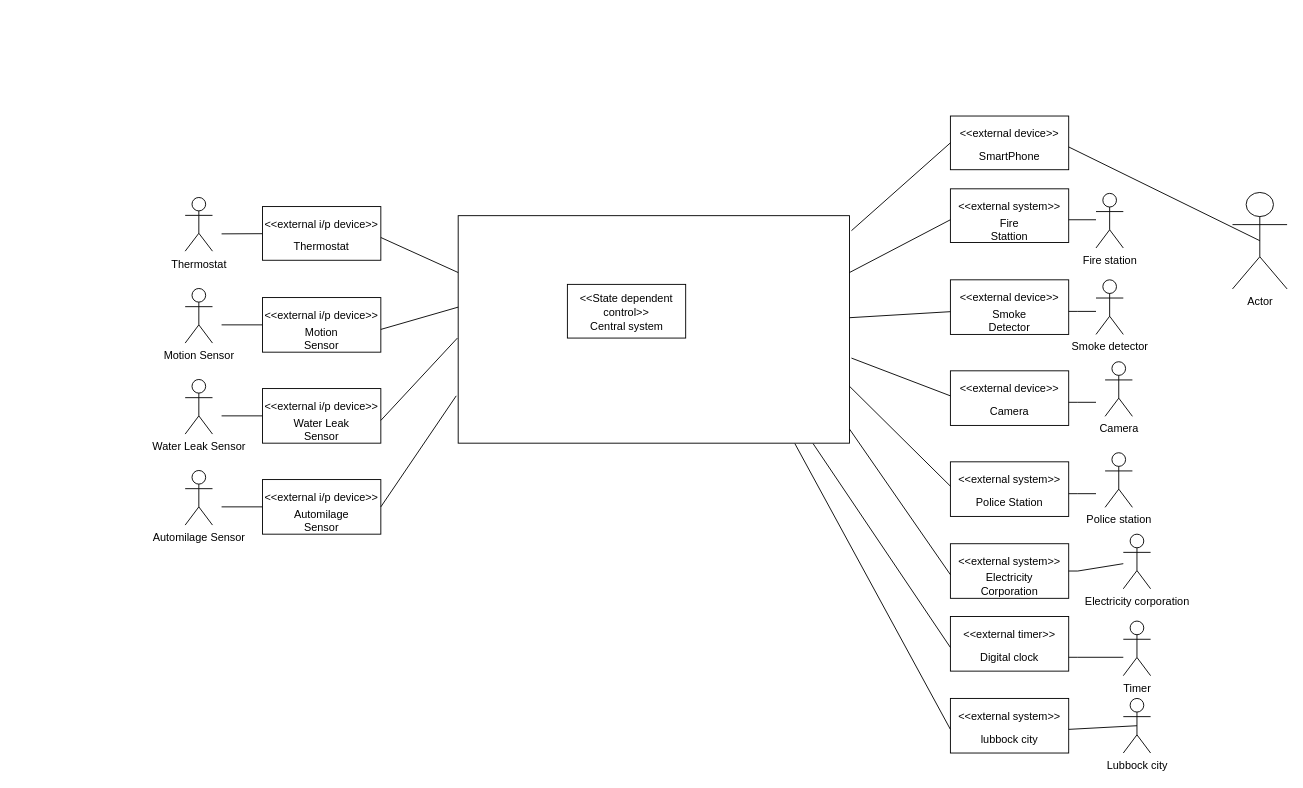
emmanuel-george/TestProject keeps this draw.io diagram as Untitled Diagram.drawio. Above is the earlier version. Source tidied: cells renumbered, new cells numbered last; positions are measured from the earlier drawing's top-left corner, leaving out a move shared by most shapes. Both pictures are drawn from the tidied source at 91%, with x=0, y=0 at pixel (185, 116).
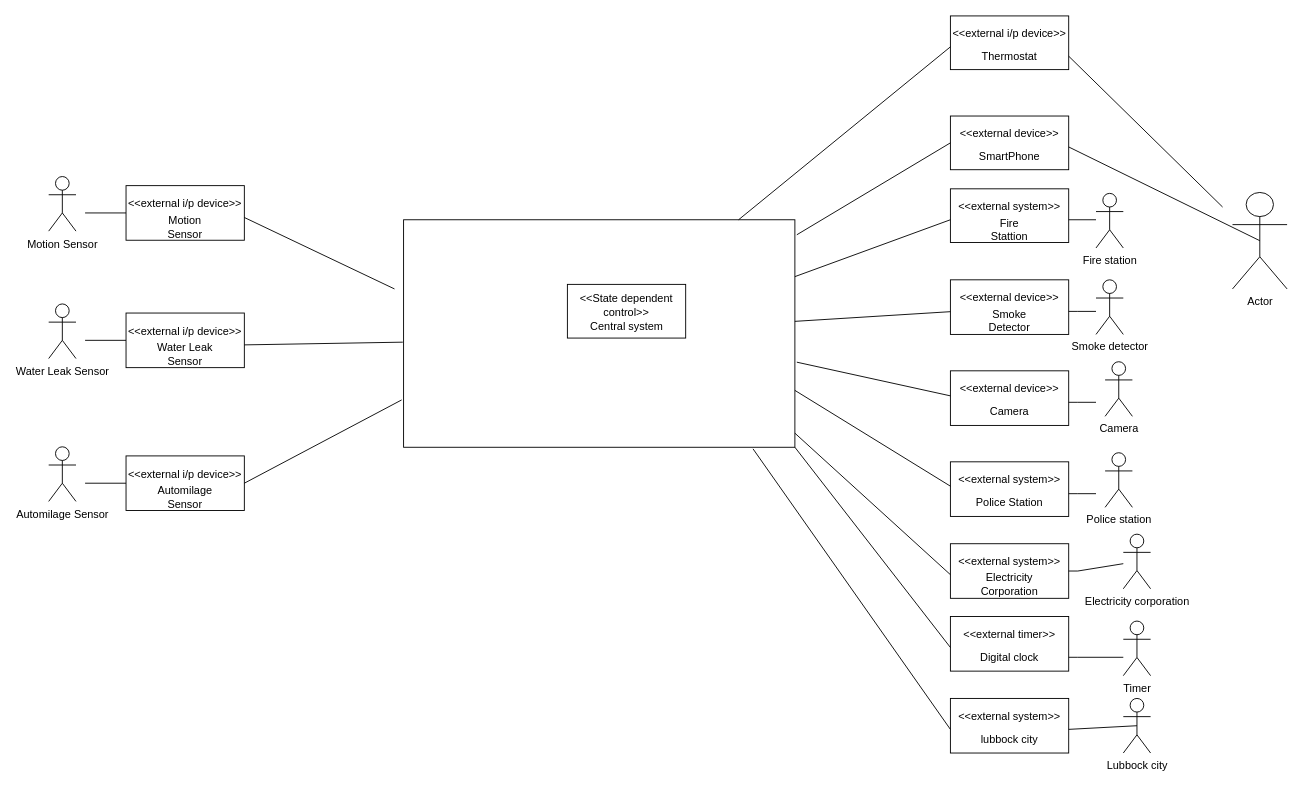
The same page after the edit.

The change refers to these unchanged cells:
```xml
<mxCell id="40" value="&amp;lt;&amp;lt;external timer&amp;gt;&amp;gt;" style="text;html=1;strokeColor=none;fillColor=none;align=center;verticalAlign=middle;whiteSpace=wrap;rounded=0;" parent="1" vertex="1">
  <mxGeometry x="840.9" y="555" width="130" height="29" as="geometry" />
</mxCell>
<mxCell id="43" value="&amp;lt;&amp;lt;external system&amp;gt;&amp;gt;" style="text;html=1;strokeColor=none;fillColor=none;align=center;verticalAlign=middle;whiteSpace=wrap;rounded=0;" parent="1" vertex="1">
  <mxGeometry x="840.9" y="645" width="130" height="29" as="geometry" />
</mxCell>
```

The edit, as a diff of the source:
```diff
@@
-    <mxCell id="2" value="Thermostat&lt;br&gt;" style="shape=umlActor;verticalLabelPosition=bottom;verticalAlign=top;html=1;" parent="1" vertex="1">
-      <mxGeometry y="89.5" width="30" height="59" as="geometry" />
-    </mxCell>
-    <mxCell id="3" style="endArrow=none;html=1;rounded=0;" parent="1" edge="1" target="4">
-      <mxGeometry relative="1" as="geometry">
-        <mxPoint x="40" y="129.5" as="sourcePoint" />
-      </mxGeometry>
-    </mxCell>
-    <mxCell id="4" style="rounded=0;whiteSpace=wrap;html=1;" parent="1" vertex="1">
-      <mxGeometry x="85" y="99.5" width="130" height="59" as="geometry" />
-    </mxCell>
-    <mxCell id="5" value="&amp;lt;&amp;lt;external i/p device&amp;gt;&amp;gt;" style="text;html=1;strokeColor=none;fillColor=none;align=center;verticalAlign=middle;whiteSpace=wrap;rounded=0;" parent="1" vertex="1">
-      <mxGeometry x="85" y="104.5" width="130" height="29" as="geometry" />
-    </mxCell>
-    <mxCell id="6" value="Thermostat" style="text;html=1;strokeColor=none;fillColor=none;align=center;verticalAlign=middle;whiteSpace=wrap;rounded=0;" parent="1" vertex="1">
-      <mxGeometry x="120" y="129.5" width="60" height="29" as="geometry" />
-    </mxCell>
     <mxCell id="7" value="Motion Sensor" style="shape=umlActor;verticalLabelPosition=bottom;verticalAlign=top;html=1;" parent="1" vertex="1">
-      <mxGeometry y="189.5" width="30" height="60" as="geometry" />
+      <mxGeometry x="-150" y="66.5" width="30" height="60" as="geometry" />
     </mxCell>
     <mxCell id="8" style="endArrow=none;html=1;rounded=0;" parent="1" edge="1" target="9">
       <mxGeometry relative="1" as="geometry">
-        <mxPoint x="40" y="229.5" as="sourcePoint" />
+        <mxPoint x="-110" y="106.5" as="sourcePoint" />
       </mxGeometry>
     </mxCell>
     <mxCell id="9" style="rounded=0;whiteSpace=wrap;html=1;" parent="1" vertex="1">
-      <mxGeometry x="85" y="199.5" width="130" height="60" as="geometry" />
+      <mxGeometry x="-65" y="76.5" width="130" height="60" as="geometry" />
     </mxCell>
     <mxCell id="10" value="&amp;lt;&amp;lt;external i/p device&amp;gt;&amp;gt;" style="text;html=1;strokeColor=none;fillColor=none;align=center;verticalAlign=middle;whiteSpace=wrap;rounded=0;" parent="1" vertex="1">
-      <mxGeometry x="85" y="204.5" width="130" height="30" as="geometry" />
+      <mxGeometry x="-65" y="81.5" width="130" height="30" as="geometry" />
     </mxCell>
     <mxCell id="11" value="Motion Sensor" style="text;html=1;strokeColor=none;fillColor=none;align=center;verticalAlign=middle;whiteSpace=wrap;rounded=0;" parent="1" vertex="1">
-      <mxGeometry x="120" y="229.5" width="60" height="30" as="geometry" />
+      <mxGeometry x="-30" y="106.5" width="60" height="30" as="geometry" />
     </mxCell>
     <mxCell id="12" value="Water Leak Sensor" style="shape=umlActor;verticalLabelPosition=bottom;verticalAlign=top;html=1;" parent="1" vertex="1">
-      <mxGeometry y="289.5" width="30" height="60" as="geometry" />
+      <mxGeometry x="-150" y="206.5" width="30" height="60" as="geometry" />
     </mxCell>
     <mxCell id="13" style="endArrow=none;html=1;rounded=0;" parent="1" edge="1" target="14">
       <mxGeometry relative="1" as="geometry">
-        <mxPoint x="40" y="329.5" as="sourcePoint" />
+        <mxPoint x="-110" y="246.5" as="sourcePoint" />
       </mxGeometry>
     </mxCell>
     <mxCell id="14" style="rounded=0;whiteSpace=wrap;html=1;" parent="1" vertex="1">
-      <mxGeometry x="85" y="299.5" width="130" height="60" as="geometry" />
+      <mxGeometry x="-65" y="216.5" width="130" height="60" as="geometry" />
     </mxCell>
     <mxCell id="15" value="&amp;lt;&amp;lt;external i/p device&amp;gt;&amp;gt;" style="text;html=1;strokeColor=none;fillColor=none;align=center;verticalAlign=middle;whiteSpace=wrap;rounded=0;" parent="1" vertex="1">
-      <mxGeometry x="85" y="304.5" width="130" height="30" as="geometry" />
+      <mxGeometry x="-65" y="221.5" width="130" height="30" as="geometry" />
     </mxCell>
     <mxCell id="16" value="Water Leak Sensor" style="text;html=1;strokeColor=none;fillColor=none;align=center;verticalAlign=middle;whiteSpace=wrap;rounded=0;" parent="1" vertex="1">
-      <mxGeometry x="110" y="329.5" width="80" height="30" as="geometry" />
+      <mxGeometry x="-40" y="246.5" width="80" height="30" as="geometry" />
     </mxCell>
     <mxCell id="17" value="Automilage Sensor" style="shape=umlActor;verticalLabelPosition=bottom;verticalAlign=top;html=1;" parent="1" vertex="1">
-      <mxGeometry y="389.5" width="30" height="60" as="geometry" />
+      <mxGeometry x="-150" y="363.5" width="30" height="60" as="geometry" />
     </mxCell>
     <mxCell id="18" style="endArrow=none;html=1;rounded=0;" parent="1" edge="1" target="19">
       <mxGeometry relative="1" as="geometry">
-        <mxPoint x="40" y="429.5" as="sourcePoint" />
+        <mxPoint x="-110" y="403.5" as="sourcePoint" />
       </mxGeometry>
     </mxCell>
     <mxCell id="19" style="rounded=0;whiteSpace=wrap;html=1;" parent="1" vertex="1">
-      <mxGeometry x="85" y="399.5" width="130" height="60" as="geometry" />
+      <mxGeometry x="-65" y="373.5" width="130" height="60" as="geometry" />
     </mxCell>
     <mxCell id="20" value="&amp;lt;&amp;lt;external i/p device&amp;gt;&amp;gt;" style="text;html=1;strokeColor=none;fillColor=none;align=center;verticalAlign=middle;whiteSpace=wrap;rounded=0;" parent="1" vertex="1">
-      <mxGeometry x="85" y="404.5" width="130" height="30" as="geometry" />
+      <mxGeometry x="-65" y="378.5" width="130" height="30" as="geometry" />
     </mxCell>
     <mxCell id="21" value="Automilage Sensor" style="text;html=1;strokeColor=none;fillColor=none;align=center;verticalAlign=middle;whiteSpace=wrap;rounded=0;" parent="1" vertex="1">
-      <mxGeometry x="110" y="429.5" width="80" height="30" as="geometry" />
+      <mxGeometry x="-40" y="403.5" width="80" height="30" as="geometry" />
     </mxCell>
     <mxCell id="22" style="rounded=0;whiteSpace=wrap;html=1;" parent="1" vertex="1">
-      <mxGeometry x="300" y="109.5" width="430" height="250" as="geometry" />
+      <mxGeometry x="240" y="114" width="430" height="250" as="geometry" />
     </mxCell>
@@
-    <mxCell id="65" style="endArrow=none;html=1;rounded=0;entryX=0;entryY=1;entryDx=0;entryDy=0;" parent="1" edge="1" target="40">
-      <mxGeometry relative="1" as="geometry">
-        <mxPoint x="690" y="360" as="sourcePoint" />
-      </mxGeometry>
+    <mxCell id="65" style="endArrow=none;html=1;rounded=0;entryX=0;entryY=1;entryDx=0;entryDy=0;exitX=1;exitY=1;exitDx=0;exitDy=0;" parent="1" edge="1" source="22" target="40">
+      <mxGeometry relative="1" as="geometry" />
     </mxCell>
-    <mxCell id="66" style="endArrow=none;html=1;rounded=0;entryX=0;entryY=1;entryDx=0;entryDy=0;" parent="1" edge="1" target="43">
-      <mxGeometry relative="1" as="geometry">
-        <mxPoint x="670" y="360" as="sourcePoint" />
-      </mxGeometry>
+    <mxCell id="66" style="endArrow=none;html=1;rounded=0;entryX=0;entryY=1;entryDx=0;entryDy=0;exitX=0.893;exitY=1.007;exitDx=0;exitDy=0;exitPerimeter=0;" parent="1" edge="1" source="22" target="43">
+      <mxGeometry relative="1" as="geometry" />
     </mxCell>
-    <mxCell id="67" style="endArrow=none;html=1;rounded=0;exitX=1;exitY=1;exitDx=0;exitDy=0;entryX=0;entryY=0.25;entryDx=0;entryDy=0;" parent="1" edge="1" source="5" target="22">
-      <mxGeometry relative="1" as="geometry" />
-    </mxCell>
     <mxCell id="68" style="endArrow=none;html=1;rounded=0;exitX=1;exitY=1;exitDx=0;exitDy=0;" parent="1" edge="1" source="10">
       <mxGeometry relative="1" as="geometry">
-        <mxPoint x="300" y="210" as="targetPoint" />
+        <mxPoint x="230" y="190" as="targetPoint" />
       </mxGeometry>
     </mxCell>
@@
+    <mxCell id="78" style="rounded=0;whiteSpace=wrap;html=1;" parent="1" vertex="1">
+      <mxGeometry x="840.9" y="-110" width="130" height="59" as="geometry" />
+    </mxCell>
+    <mxCell id="5" value="&amp;lt;&amp;lt;external i/p device&amp;gt;&amp;gt;" style="text;html=1;strokeColor=none;fillColor=none;align=center;verticalAlign=middle;whiteSpace=wrap;rounded=0;" parent="1" vertex="1">
+      <mxGeometry x="840.9" y="-105" width="130" height="29" as="geometry" />
+    </mxCell>
+    <mxCell id="6" value="Thermostat" style="text;html=1;strokeColor=none;fillColor=none;align=center;verticalAlign=middle;whiteSpace=wrap;rounded=0;" parent="1" vertex="1">
+      <mxGeometry x="875.9" y="-80" width="60" height="29" as="geometry" />
+    </mxCell>
+    <mxCell id="79" style="endArrow=none;html=1;rounded=0;entryX=0;entryY=1;entryDx=0;entryDy=0;" parent="1" edge="1" source="22" target="5">
+      <mxGeometry relative="1" as="geometry" />
+    </mxCell>
+    <mxCell id="80" style="endArrow=none;html=1;rounded=0;entryX=1;entryY=0.75;entryDx=0;entryDy=0;" parent="1" edge="1" target="78">
+      <mxGeometry relative="1" as="geometry">
+        <mxPoint x="1140" y="100" as="sourcePoint" />
+      </mxGeometry>
+    </mxCell>
```
